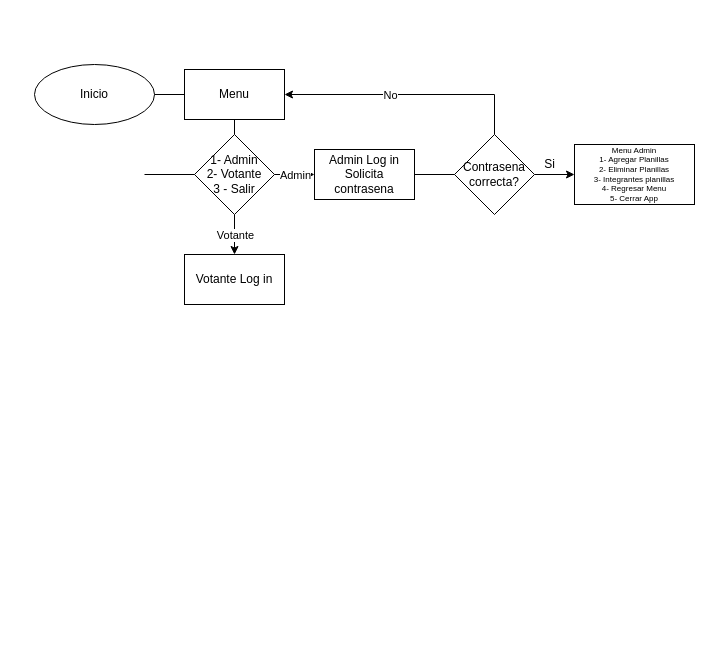
The draw.io diagram Diagrama de flujo.drawio in MickSenpai/Sistema_de_votaciones, before the edit. Source tidied: cells renumbered, new cells numbered last; positions are measured from the earlier drawing's top-left corner, leaving out a move shared by most shapes. Both pictures are drawn from the tidied source at 100%, with x=0, y=0 at pixel (34, 64).
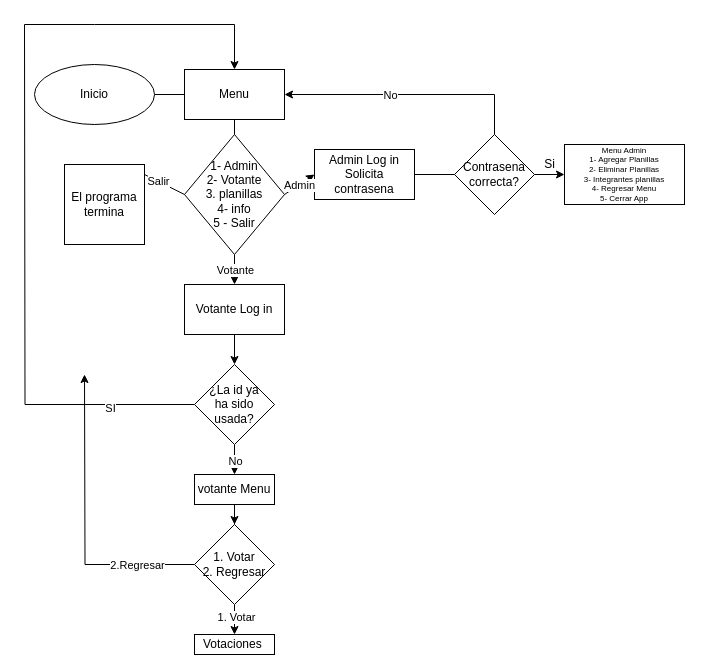
The same page after the edit.

The change refers to these unchanged cells:
```xml
<mxCell id="3" value="&lt;div&gt;Menu&lt;/div&gt;" style="rounded=0;whiteSpace=wrap;html=1;" parent="1" vertex="1">
  <mxGeometry x="150" y="5" width="100" height="50" as="geometry" />
</mxCell>
<mxCell id="5" value="&lt;div&gt;Admin Log in&lt;/div&gt;Solicita contrasena" style="rounded=0;whiteSpace=wrap;html=1;" parent="1" vertex="1">
  <mxGeometry x="280" y="85" width="100" height="50" as="geometry" />
</mxCell>
<mxCell id="8" value="Contrasena correcta?" style="rhombus;whiteSpace=wrap;html=1;" parent="1" vertex="1">
  <mxGeometry x="420" y="70" width="80" height="80" as="geometry" />
</mxCell>
```

What changed in the source:
```diff
@@
-    <mxCell id="4" value="&lt;div&gt;1- Admin&lt;/div&gt;&lt;div&gt;2- Votante&lt;/div&gt;&lt;div&gt;3 - Salir&lt;/div&gt;" style="rhombus;whiteSpace=wrap;html=1;" parent="1" vertex="1">
-      <mxGeometry x="160" y="70" width="80" height="80" as="geometry" />
-    </mxCell>
+    <mxCell id="22" value="&lt;div&gt;&lt;br&gt;&lt;/div&gt;&lt;div&gt;&lt;span style=&quot;background-color: transparent; color: light-dark(rgb(0, 0, 0), rgb(255, 255, 255));&quot;&gt;1- Admin&lt;/span&gt;&lt;/div&gt;&lt;div&gt;2- Votante&lt;/div&gt;&lt;div&gt;3. planillas&lt;/div&gt;&lt;div&gt;4- info&lt;/div&gt;&lt;div&gt;5 - Salir&lt;/div&gt;&lt;div&gt;&lt;br&gt;&lt;/div&gt;" style="rhombus;whiteSpace=wrap;html=1;" parent="1" vertex="1">
+      <mxGeometry x="150" y="70" width="100" height="120" as="geometry" />
+    </mxCell>
@@
+    <mxCell id="23" style="edgeStyle=orthogonalEdgeStyle;rounded=0;jettySize=auto;html=1;" parent="1" edge="1" source="6" target="36">
+      <mxGeometry relative="1" as="geometry" />
+    </mxCell>
     <mxCell id="6" value="Votante Log in" style="rounded=0;whiteSpace=wrap;html=1;" parent="1" vertex="1">
-      <mxGeometry x="150" y="190" width="100" height="50" as="geometry" />
+      <mxGeometry x="150" y="220" width="100" height="50" as="geometry" />
     </mxCell>
-    <mxCell id="7" style="edgeStyle=orthogonalEdgeStyle;rounded=0;jettySize=auto;html=1;" parent="1" edge="1" source="8" target="20">
+    <mxCell id="7" style="edgeStyle=orthogonalEdgeStyle;rounded=0;jettySize=auto;html=1;entryX=0;entryY=0.5;entryDx=0;entryDy=0;" parent="1" edge="1" source="8" target="20">
       <mxGeometry relative="1" as="geometry" />
     </mxCell>
@@
-    <mxCell id="10" style="endArrow=none;html=1;rounded=0;entryX=0;entryY=0.5;entryDx=0;entryDy=0;" parent="1" edge="1" target="4">
-      <mxGeometry relative="1" as="geometry">
-        <mxPoint x="110" y="110" as="sourcePoint" />
-      </mxGeometry>
-    </mxCell>
-    <mxCell id="11" style="endArrow=none;html=1;rounded=0;exitX=0.5;exitY=0;exitDx=0;exitDy=0;entryX=0.5;entryY=1;entryDx=0;entryDy=0;" parent="1" edge="1" source="4" target="3">
-      <mxGeometry relative="1" as="geometry" />
-    </mxCell>
-    <mxCell id="12" style="endArrow=classic;html=1;rounded=0;exitX=1;exitY=0.5;exitDx=0;exitDy=0;entryX=0;entryY=0.5;entryDx=0;entryDy=0;" parent="1" edge="1" source="4" target="5">
-      <mxGeometry relative="1" as="geometry" />
-    </mxCell>
+    <mxCell id="24" style="endArrow=none;html=1;rounded=0;entryX=0;entryY=0.5;entryDx=0;entryDy=0;" parent="1" edge="1" target="22">
+      <mxGeometry relative="1" as="geometry">
+        <mxPoint x="110" y="110" as="sourcePoint" />
+      </mxGeometry>
+    </mxCell>
+    <mxCell id="25" value="Salir" style="edgeLabel;html=1;align=center;verticalAlign=middle;" parent="24" vertex="1">
+      <mxGeometry x="-0.32" relative="1" as="geometry" />
+    </mxCell>
+    <mxCell id="26" style="endArrow=none;html=1;rounded=0;exitX=0.5;exitY=0;exitDx=0;exitDy=0;entryX=0.5;entryY=1;entryDx=0;entryDy=0;" parent="1" edge="1" source="22" target="3">
+      <mxGeometry relative="1" as="geometry" />
+    </mxCell>
+    <mxCell id="27" style="endArrow=classic;html=1;rounded=0;exitX=1;exitY=0.5;exitDx=0;exitDy=0;entryX=0;entryY=0.5;entryDx=0;entryDy=0;" parent="1" edge="1" source="22" target="5">
+      <mxGeometry relative="1" as="geometry" />
+    </mxCell>
-    <mxCell id="13" value="Admin" style="edgeLabel;html=1;align=center;verticalAlign=middle;" parent="12" vertex="1">
+    <mxCell id="13" value="Admin" style="edgeLabel;html=1;align=center;verticalAlign=middle;" parent="27" vertex="1">
       <mxGeometry relative="1" as="geometry" />
     </mxCell>
-    <mxCell id="14" style="endArrow=classic;html=1;rounded=0;exitX=0.5;exitY=1;exitDx=0;exitDy=0;entryX=0.5;entryY=0;entryDx=0;entryDy=0;" parent="1" edge="1" source="4" target="6">
-      <mxGeometry relative="1" as="geometry" />
-    </mxCell>
+    <mxCell id="28" style="endArrow=classic;html=1;rounded=0;exitX=0.5;exitY=1;exitDx=0;exitDy=0;entryX=0.5;entryY=0;entryDx=0;entryDy=0;" parent="1" edge="1" source="22" target="6">
+      <mxGeometry relative="1" as="geometry" />
+    </mxCell>
-    <mxCell id="15" value="Votante" style="edgeLabel;html=1;align=center;verticalAlign=middle;" parent="14" vertex="1">
+    <mxCell id="15" value="Votante" style="edgeLabel;html=1;align=center;verticalAlign=middle;" parent="28" vertex="1">
       <mxGeometry relative="1" as="geometry" />
     </mxCell>
@@
-    <mxCell id="17" style="endArrow=none;html=1;rounded=0;exitX=0.5;exitY=0;exitDx=0;exitDy=0;" parent="1" edge="1" source="8">
-      <mxGeometry relative="1" as="geometry">
-        <mxPoint x="460" y="30" as="targetPoint" />
-      </mxGeometry>
-    </mxCell>
-    <mxCell id="18" style="endArrow=classic;html=1;rounded=0;entryX=1;entryY=0.5;entryDx=0;entryDy=0;" parent="1" edge="1" target="3">
-      <mxGeometry relative="1" as="geometry">
-        <mxPoint x="460" y="30" as="sourcePoint" />
-      </mxGeometry>
-    </mxCell>
+    <mxCell id="29" style="endArrow=none;html=1;rounded=0;exitX=0.5;exitY=0;exitDx=0;exitDy=0;" parent="1" edge="1" source="8">
+      <mxGeometry relative="1" as="geometry">
+        <mxPoint x="460" y="30" as="targetPoint" />
+      </mxGeometry>
+    </mxCell>
+    <mxCell id="30" style="endArrow=classic;html=1;rounded=0;entryX=1;entryY=0.5;entryDx=0;entryDy=0;" parent="1" edge="1" target="3">
+      <mxGeometry relative="1" as="geometry">
+        <mxPoint x="460" y="30" as="sourcePoint" />
+      </mxGeometry>
+    </mxCell>
-    <mxCell id="19" value="No" style="edgeLabel;html=1;align=center;verticalAlign=middle;" parent="18" vertex="1">
+    <mxCell id="19" value="No" style="edgeLabel;html=1;align=center;verticalAlign=middle;" parent="30" vertex="1">
       <mxGeometry relative="1" as="geometry" />
     </mxCell>
     <mxCell id="20" value="&lt;div&gt;Menu Admin&lt;/div&gt;&lt;div&gt;1- Agregar Planillas&lt;/div&gt;&lt;div&gt;2- Eliminar Planillas&lt;/div&gt;&lt;div&gt;3- Integrantes planillas&lt;/div&gt;&lt;div&gt;4- Regresar Menu&lt;/div&gt;&lt;div&gt;5- Cerrar App&lt;/div&gt;" style="whiteSpace=wrap;html=1;fontSize=8;" parent="1" vertex="1">
-      <mxGeometry x="540" y="80" width="120" height="60" as="geometry" />
+      <mxGeometry x="530" y="80" width="120" height="60" as="geometry" />
     </mxCell>
@@
+    <mxCell id="31" value="El programa termina" style="whiteSpace=wrap;html=1;" parent="1" vertex="1">
+      <mxGeometry x="30" y="100" width="80" height="80" as="geometry" />
+    </mxCell>
+    <mxCell id="32" style="edgeStyle=orthogonalEdgeStyle;rounded=0;jettySize=auto;html=1;exitX=0;exitY=0.5;exitDx=0;exitDy=0;flowAnimation=0;strokeColor=default;strokeWidth=1;endArrow=none;endFill=0;" parent="1" edge="1" source="36">
+      <mxGeometry relative="1" as="geometry">
+        <mxPoint x="-10" y="-40" as="targetPoint" />
+      </mxGeometry>
+    </mxCell>
+    <mxCell id="33" value="SI" style="edgeLabel;html=1;align=center;verticalAlign=middle;" parent="32" vertex="1">
+      <mxGeometry x="-0.69" y="3" relative="1" as="geometry" />
+    </mxCell>
+    <mxCell id="34" style="edgeStyle=orthogonalEdgeStyle;rounded=0;jettySize=auto;html=1;" parent="1" edge="1" source="36" target="39">
+      <mxGeometry relative="1" as="geometry" />
+    </mxCell>
+    <mxCell id="35" value="No" style="edgeLabel;html=1;align=center;verticalAlign=middle;" parent="34" vertex="1">
+      <mxGeometry x="-0.37" relative="1" as="geometry" />
+    </mxCell>
+    <mxCell id="36" value="¿La id ya&lt;div&gt;ha sido&lt;/div&gt;&lt;div&gt;usada?&lt;/div&gt;" style="rhombus;whiteSpace=wrap;html=1;" parent="1" vertex="1">
+      <mxGeometry x="160" y="300" width="80" height="80" as="geometry" />
+    </mxCell>
+    <mxCell id="37" style="endArrow=classic;html=1;rounded=0;entryX=0.5;entryY=0;entryDx=0;entryDy=0;" parent="1" edge="1" target="3">
+      <mxGeometry relative="1" as="geometry">
+        <mxPoint x="-10" y="-40" as="sourcePoint" />
+        <Array as="points">
+          <mxPoint x="60" y="-40" />
+          <mxPoint x="200" y="-40" />
+        </Array>
+      </mxGeometry>
+    </mxCell>
+    <mxCell id="38" style="edgeStyle=orthogonalEdgeStyle;rounded=0;jettySize=auto;html=1;exitX=0.5;exitY=1;exitDx=0;exitDy=0;" parent="1" edge="1" source="39" target="44">
+      <mxGeometry relative="1" as="geometry" />
+    </mxCell>
+    <mxCell id="39" value="&lt;div&gt;votante Menu&lt;/div&gt;" style="rounded=0;whiteSpace=wrap;html=1;" parent="1" vertex="1">
+      <mxGeometry x="160" y="410" width="80" height="30" as="geometry" />
+    </mxCell>
+    <mxCell id="40" style="edgeStyle=orthogonalEdgeStyle;rounded=0;jettySize=auto;html=1;" parent="1" edge="1" source="44">
+      <mxGeometry relative="1" as="geometry">
+        <mxPoint x="50" y="310" as="targetPoint" />
+      </mxGeometry>
+    </mxCell>
+    <mxCell id="41" value="2.Regresar" style="edgeLabel;html=1;align=center;verticalAlign=middle;" parent="40" vertex="1">
+      <mxGeometry x="-0.61" relative="1" as="geometry" />
+    </mxCell>
+    <mxCell id="42" style="edgeStyle=orthogonalEdgeStyle;rounded=0;jettySize=auto;html=1;exitX=0.5;exitY=1;exitDx=0;exitDy=0;entryX=0.5;entryY=0;entryDx=0;entryDy=0;" parent="1" edge="1" source="44" target="45">
+      <mxGeometry relative="1" as="geometry" />
+    </mxCell>
+    <mxCell id="43" value="1. Votar" style="edgeLabel;html=1;align=center;verticalAlign=middle;" parent="42" vertex="1">
+      <mxGeometry x="-0.21" y="1" relative="1" as="geometry" />
+    </mxCell>
+    <mxCell id="44" value="1. Votar&lt;div&gt;2. Regresar&lt;/div&gt;" style="rhombus;whiteSpace=wrap;html=1;" parent="1" vertex="1">
+      <mxGeometry x="160" y="460" width="80" height="80" as="geometry" />
+    </mxCell>
+    <mxCell id="45" value="&lt;div&gt;Votaciones&amp;nbsp;&lt;/div&gt;" style="rounded=0;whiteSpace=wrap;html=1;" parent="1" vertex="1">
+      <mxGeometry x="160" y="570" width="80" height="20" as="geometry" />
+    </mxCell>
```
